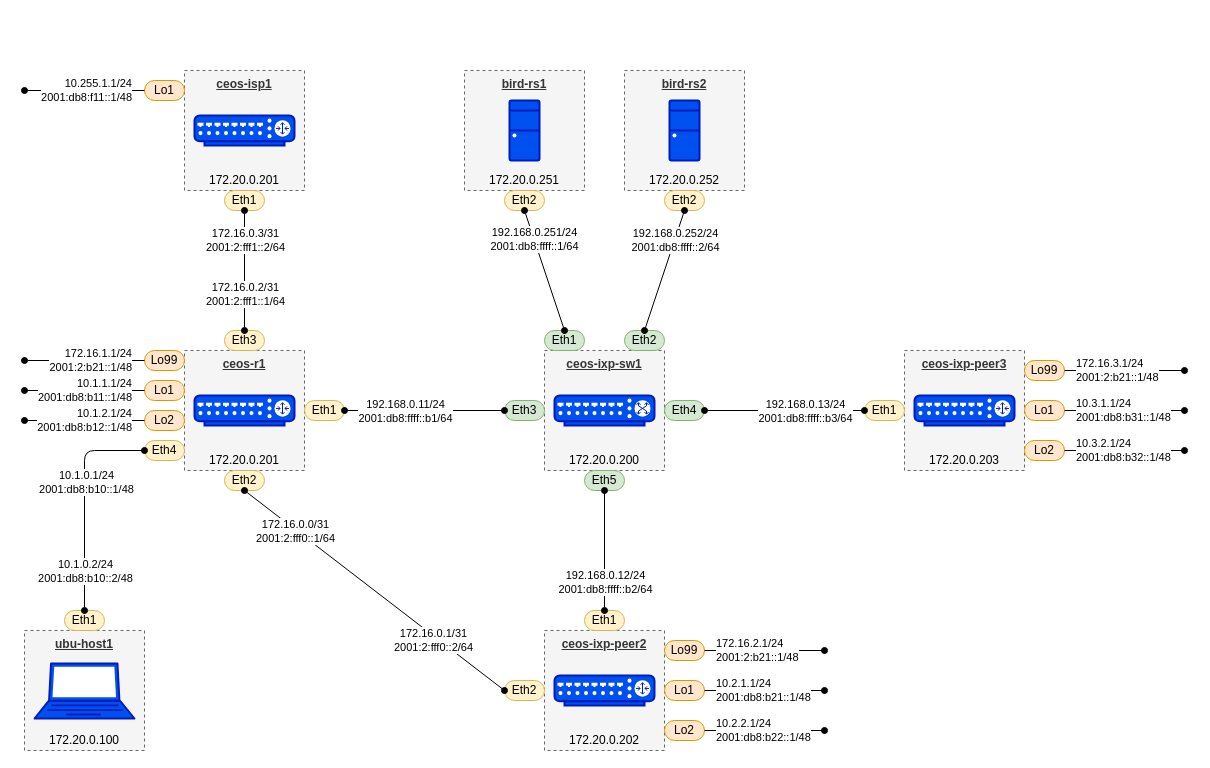
commitconfirmed/draw-io keeps this draw.io diagram as ceos-ixp.drawio. Above is the earlier version. Source tidied: cells renumbered, new cells numbered last; positions are measured from the earlier drawing's top-left corner, leaving out a move shared by most shapes. Both pictures are drawn from the tidied source at 100%, with x=0, y=0 at pixel (24, 70).
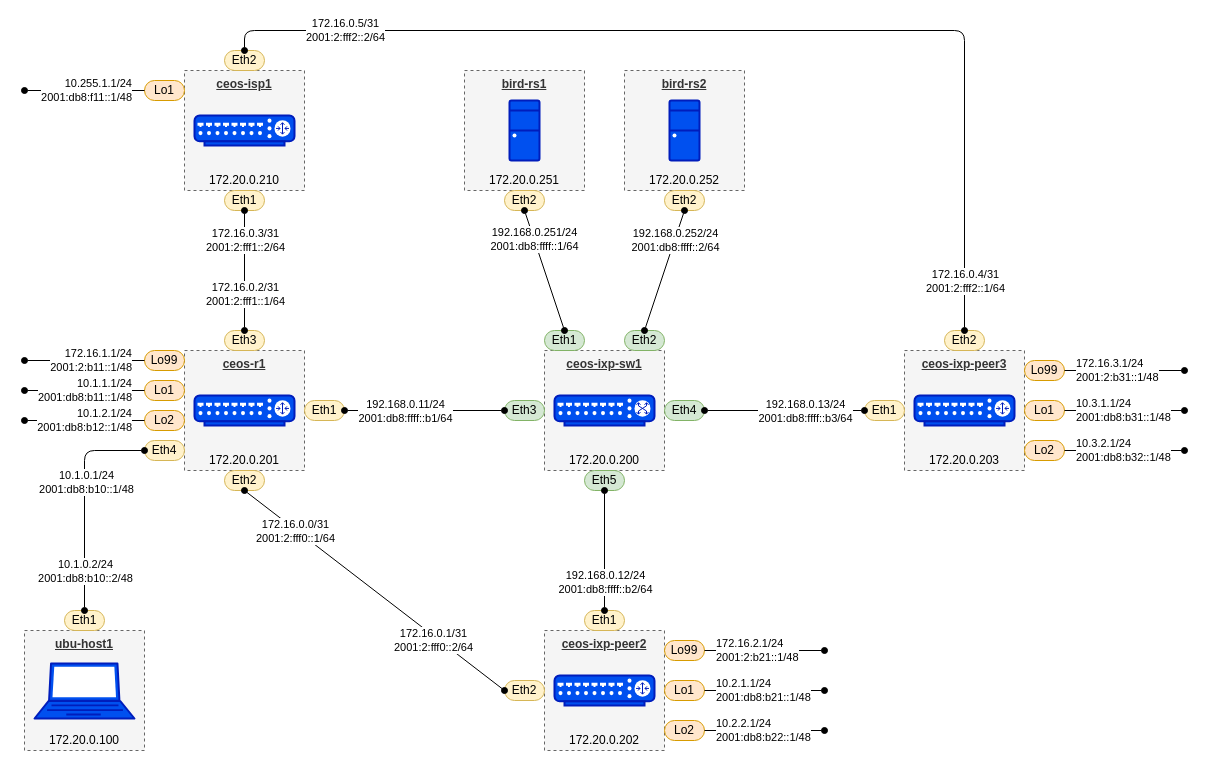
Above is the later version.

Diff of the diagram source:
```diff
@@
-    <mxCell id="47" value="172.20.0.201" style="text;html=1;align=center;verticalAlign=middle;whiteSpace=wrap;rounded=0;" parent="1" vertex="1">
+    <mxCell id="47" value="172.20.0.210" style="text;html=1;align=center;verticalAlign=middle;whiteSpace=wrap;rounded=0;" parent="1" vertex="1">
       <mxGeometry x="160" y="100" width="120" height="20" as="geometry" />
     </mxCell>
@@
-    <mxCell id="72" value="172.16.3.1/24&lt;div&gt;2001:2:b21::1/48&lt;br&gt;&lt;/div&gt;" style="text;html=1;align=left;verticalAlign=middle;whiteSpace=wrap;rounded=0;fillColor=none;labelBackgroundColor=default;fontSize=11;" parent="1" vertex="1">
+    <mxCell id="72" value="172.16.3.1/24&lt;div&gt;2001:2:b31::1/48&lt;br&gt;&lt;/div&gt;" style="text;html=1;align=left;verticalAlign=middle;whiteSpace=wrap;rounded=0;fillColor=none;labelBackgroundColor=default;fontSize=11;" parent="1" vertex="1">
       <mxGeometry x="1050" y="280" width="110" height="40" as="geometry" />
     </mxCell>
@@
-    <mxCell id="81" value="172.16.1.1/24&lt;div&gt;2001:2:b21::1/48&lt;br&gt;&lt;/div&gt;" style="text;html=1;align=right;verticalAlign=middle;whiteSpace=wrap;rounded=0;fillColor=none;labelBackgroundColor=default;fontSize=11;" parent="1" vertex="1">
+    <mxCell id="81" value="172.16.1.1/24&lt;div&gt;2001:2:b11::1/48&lt;br&gt;&lt;/div&gt;" style="text;html=1;align=right;verticalAlign=middle;whiteSpace=wrap;rounded=0;fillColor=none;labelBackgroundColor=default;fontSize=11;" parent="1" vertex="1">
       <mxGeometry y="270" width="110" height="40" as="geometry" />
     </mxCell>
@@
+    <mxCell id="91" value="Eth2" style="rounded=1;whiteSpace=wrap;html=1;fillColor=#fff2cc;strokeColor=#d6b656;arcSize=50;" parent="1" vertex="1">
+      <mxGeometry x="200" y="-20" width="40" height="20" as="geometry" />
+    </mxCell>
+    <mxCell id="92" value="Eth2" style="rounded=1;whiteSpace=wrap;html=1;fillColor=#fff2cc;strokeColor=#d6b656;arcSize=50;" parent="1" vertex="1">
+      <mxGeometry x="920" y="260" width="40" height="20" as="geometry" />
+    </mxCell>
+    <mxCell id="93" style="rounded=1;jettySize=auto;html=1;exitX=0.5;exitY=0;exitDx=0;exitDy=0;entryX=0.5;entryY=0;entryDx=0;entryDy=0;endArrow=oval;endFill=1;startArrow=oval;startFill=1;edgeStyle=orthogonalEdgeStyle;curved=0;" parent="1" edge="1" source="92" target="91">
+      <mxGeometry relative="1" as="geometry" />
+    </mxCell>
+    <mxCell id="94" value="172.16.0.5/31&lt;div&gt;2001:2:fff2::2/64&lt;/div&gt;" style="edgeLabel;html=1;align=center;verticalAlign=middle;" parent="93" vertex="1">
+      <mxGeometry x="0.17" y="-1" relative="1" as="geometry">
+        <mxPoint x="-312" as="offset" />
+      </mxGeometry>
+    </mxCell>
+    <mxCell id="95" value="172.16.0.4/31&lt;div&gt;2001:2:fff2::1/64&lt;/div&gt;" style="edgeLabel;html=1;align=center;verticalAlign=middle;" parent="93" vertex="1">
+      <mxGeometry x="-0.86" y="-2" relative="1" as="geometry">
+        <mxPoint x="-2" y="23" as="offset" />
+      </mxGeometry>
+    </mxCell>
```
